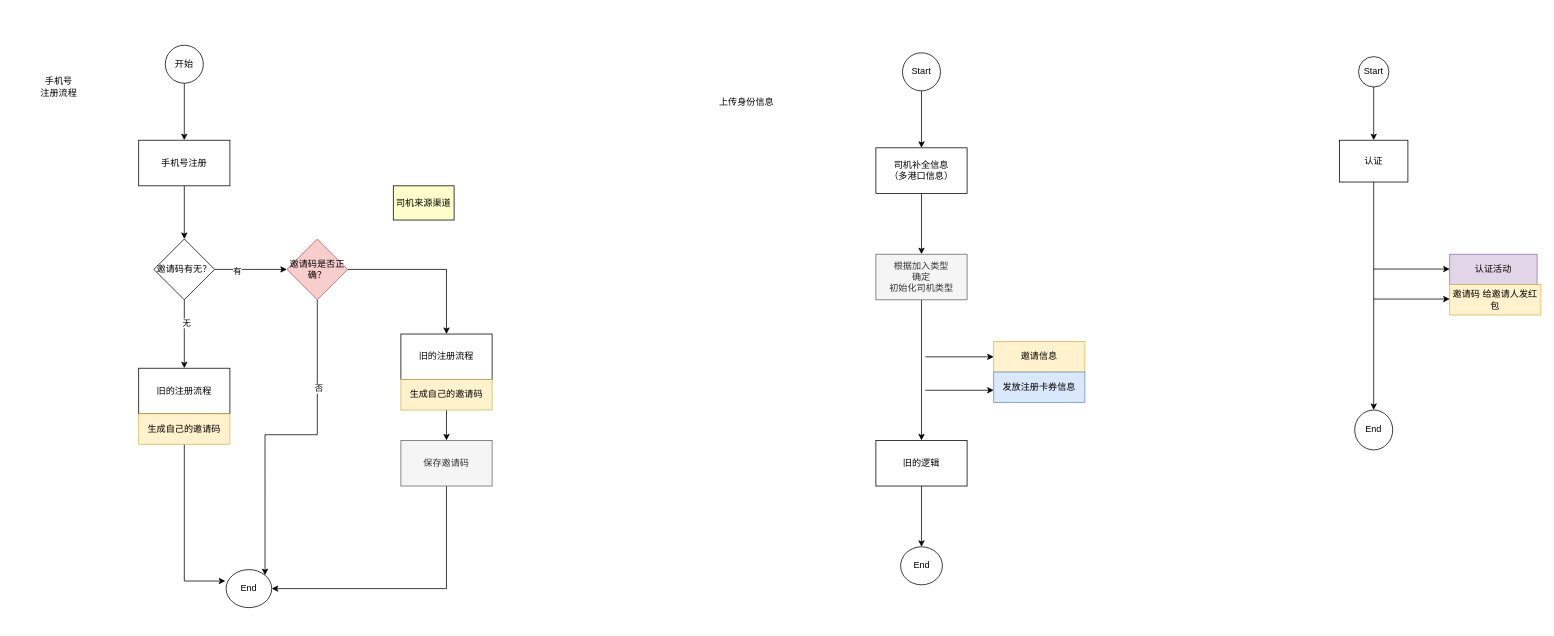
gongyao1992/draw keeps this draw.io diagram as 日常迭代/司机推广.drawio. Above is the earlier version. Source tidied: cells renumbered, new cells numbered last; positions are measured from the earlier drawing's top-left corner, leaving out a move shared by most shapes. Both pictures are drawn from the tidied source at 76%, with x=0, y=0 at pixel (13, 45).
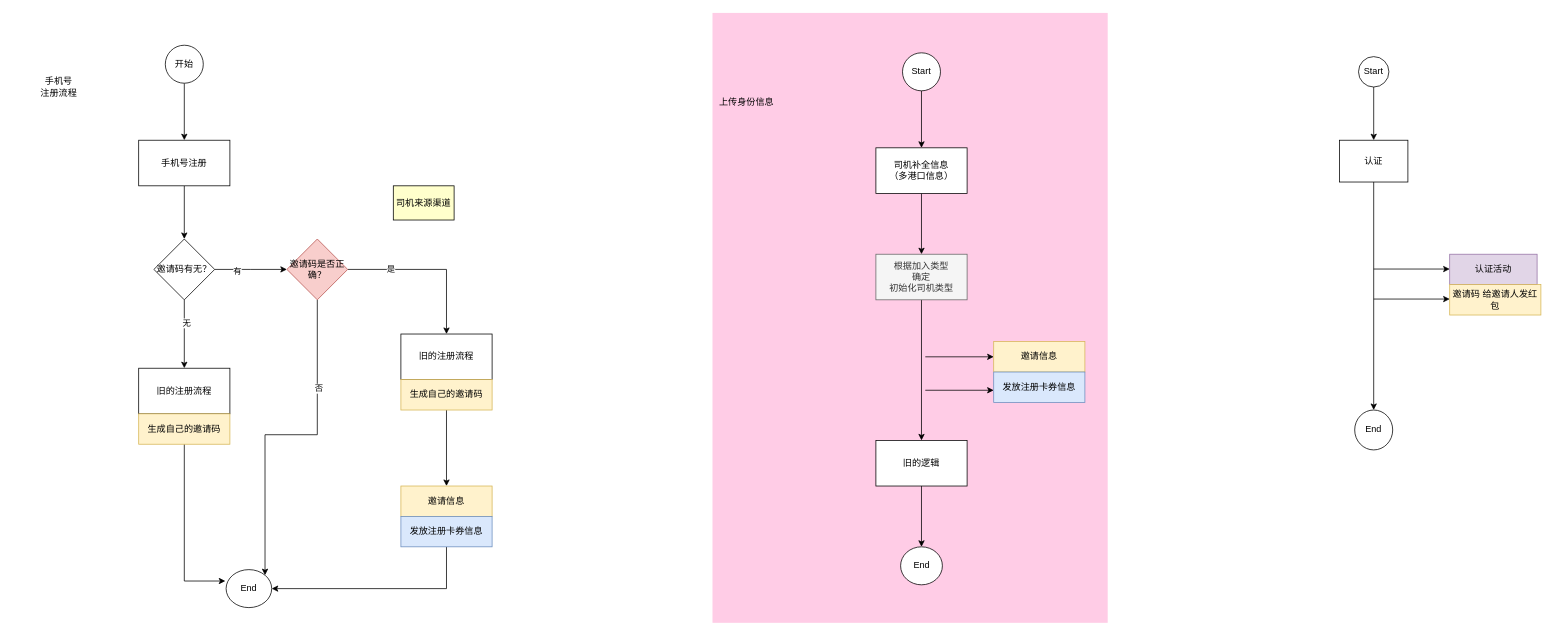
The same diagram, later.

Commit message:
更新日常迭代/司机推广.drawio

The change refers to these unchanged cells:
```xml
<mxCell id="14" style="edgeStyle=orthogonalEdgeStyle;rounded=0;jettySize=auto;html=1;" parent="1" edge="1" source="15" target="17">
  <mxGeometry relative="1" as="geometry" />
</mxCell>
<mxCell id="16" value="End" style="ellipse;whiteSpace=wrap;html=1;" parent="1" vertex="1">
  <mxGeometry x="280" y="690" width="60" height="50" as="geometry" />
</mxCell>
<mxCell id="36" value="生成自己的邀请码" style="rounded=0;whiteSpace=wrap;html=1;fillColor=#fff2cc;strokeColor=#d6b656;" parent="1" vertex="1">
  <mxGeometry x="510" y="440" width="120" height="40" as="geometry" />
</mxCell>
```

Change to the diagram source:
```diff
@@
+    <mxCell id="49" style="rounded=0;whiteSpace=wrap;html=1;fillColor=#FFCCE6;strokeColor=none;" parent="1" vertex="1">
+      <mxGeometry x="920" y="-42.5" width="520" height="802.5" as="geometry" />
+    </mxCell>
@@
+    <mxCell id="50" value="是" style="edgeLabel;html=1;align=center;verticalAlign=middle;" parent="14" vertex="1">
+      <mxGeometry x="-0.48" y="1" relative="1" as="geometry" />
+    </mxCell>
@@
-    <mxCell id="18" style="edgeStyle=orthogonalEdgeStyle;rounded=0;jettySize=auto;html=1;exitX=0.5;exitY=1;exitDx=0;exitDy=0;entryX=1;entryY=0.5;entryDx=0;entryDy=0;" parent="1" edge="1" source="19" target="16">
+    <mxCell id="18" style="edgeStyle=orthogonalEdgeStyle;rounded=0;jettySize=auto;html=1;exitX=0.5;exitY=1;exitDx=0;exitDy=0;entryX=1;entryY=0.5;entryDx=0;entryDy=0;" parent="1" edge="1" source="52" target="16">
       <mxGeometry relative="1" as="geometry" />
     </mxCell>
-    <mxCell id="19" value="保存邀请码" style="whiteSpace=wrap;html=1;fillColor=#f5f5f5;strokeColor=#666666;fontColor=#333333;" parent="1" vertex="1">
-      <mxGeometry x="510" y="520" width="120" height="60" as="geometry" />
-    </mxCell>
@@
-    <mxCell id="35" style="edgeStyle=orthogonalEdgeStyle;rounded=0;jettySize=auto;html=1;exitX=0.5;exitY=1;exitDx=0;exitDy=0;entryX=0.5;entryY=0;entryDx=0;entryDy=0;" parent="1" edge="1" source="36" target="19">
+    <mxCell id="35" style="edgeStyle=orthogonalEdgeStyle;rounded=0;jettySize=auto;html=1;exitX=0.5;exitY=1;exitDx=0;exitDy=0;entryX=0.5;entryY=0;entryDx=0;entryDy=0;" parent="1" edge="1" source="36" target="51">
       <mxGeometry relative="1" as="geometry" />
     </mxCell>
@@
+    <mxCell id="51" value="邀请信息" style="rounded=0;whiteSpace=wrap;html=1;fillColor=#fff2cc;strokeColor=#d6b656;" parent="1" vertex="1">
+      <mxGeometry x="510" y="580" width="120" height="40" as="geometry" />
+    </mxCell>
+    <mxCell id="52" value="发放注册卡券信息" style="rounded=0;whiteSpace=wrap;html=1;fillColor=#dae8fc;strokeColor=#6c8ebf;" parent="1" vertex="1">
+      <mxGeometry x="510" y="620" width="120" height="40" as="geometry" />
+    </mxCell>
```
